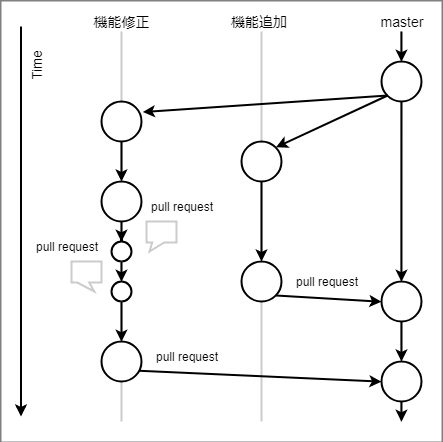
This is docs/.vuepress/public/assets/GitHub-Flow.png from tsuen4/Git-Learning-2019-flow, a draw.io export, as it was before one commit. Source tidied: cells renumbered, new cells last; positions are measured from the earlier drawing's top-left corner, leaving out a move shared by most shapes.
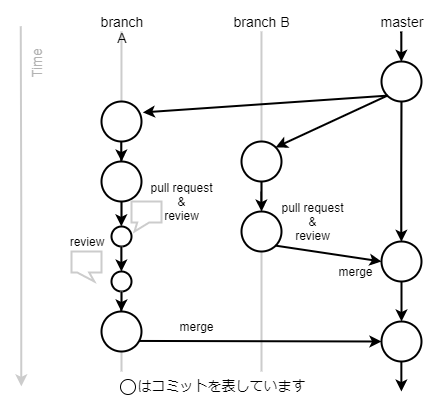
Later version of the same file.

Commit message:
画像を修正

The edit, as a diff of the source:
```diff
@@ -1,161 +1,167 @@
-<mxGraphModel background="#808080">
+<mxGraphModel>
   <root>
     <mxCell id="0" />
     <mxCell id="1" parent="0" />
-    <mxCell id="2" style="rounded=0;whiteSpace=wrap;html=1;strokeColor=none;strokeWidth=2;fontSize=14;" parent="1" vertex="1">
-      <mxGeometry x="5" width="440" height="440" as="geometry" />
+    <mxCell id="2" value="はコミットを表しています" style="rounded=0;whiteSpace=wrap;html=1;strokeColor=none;strokeWidth=2;fontSize=14;verticalAlign=bottom;spacingBottom=5;" parent="1" vertex="1">
+      <mxGeometry x="-134" y="21" width="440" height="400" as="geometry" />
     </mxCell>
-    <mxCell id="3" style="endArrow=none;html=1;strokeColor=#CCCCCC;entryX=0.5;entryY=1;entryDx=0;entryDy=0;strokeWidth=2;" parent="1" edge="1" target="24">
+    <mxCell id="3" style="endArrow=none;html=1;strokeColor=#CCCCCC;entryX=0.5;entryY=1;entryDx=0;entryDy=0;strokeWidth=2;" parent="1" edge="1" target="22">
       <mxGeometry relative="1" as="geometry">
-        <mxPoint x="265" y="420" as="sourcePoint" />
+        <mxPoint x="126" y="391" as="sourcePoint" />
       </mxGeometry>
     </mxCell>
-    <mxCell id="4" style="endArrow=none;html=1;strokeColor=#CCCCCC;entryX=0.5;entryY=1;entryDx=0;entryDy=0;strokeWidth=2;" parent="1" edge="1" source="31">
+    <mxCell id="4" style="endArrow=none;html=1;strokeColor=#CCCCCC;entryX=0.5;entryY=1;entryDx=0;entryDy=0;strokeWidth=2;" parent="1" edge="1" source="29">
       <mxGeometry relative="1" as="geometry">
-        <mxPoint x="125" y="29.9" as="targetPoint" />
+        <mxPoint x="-14" y="50.9" as="targetPoint" />
       </mxGeometry>
     </mxCell>
-    <mxCell id="5" style="endArrow=none;html=1;strokeColor=#CCCCCC;entryX=0.5;entryY=1;entryDx=0;entryDy=0;strokeWidth=2;" parent="1" edge="1" source="24">
+    <mxCell id="5" style="endArrow=none;html=1;strokeColor=#CCCCCC;entryX=0.5;entryY=1;entryDx=0;entryDy=0;strokeWidth=2;" parent="1" edge="1" source="22">
       <mxGeometry relative="1" as="geometry">
-        <mxPoint x="265" y="29.9" as="targetPoint" />
+        <mxPoint x="126" y="50.9" as="targetPoint" />
       </mxGeometry>
     </mxCell>
-    <mxCell id="6" style="endArrow=none;html=1;strokeColor=#CCCCCC;entryX=0.5;entryY=1;entryDx=0;entryDy=0;strokeWidth=2;" parent="1" edge="1">
+    <mxCell id="6" style="endArrow=none;html=1;strokeColor=#CCCCCC;entryX=0.5;entryY=1;entryDx=0;entryDy=0;strokeWidth=2;" parent="1" edge="1" source="45">
       <mxGeometry relative="1" as="geometry">
-        <mxPoint x="404.5" y="420" as="sourcePoint" />
-        <mxPoint x="404.5" y="29.9" as="targetPoint" />
+        <mxPoint x="265.5" y="50.9" as="targetPoint" />
       </mxGeometry>
     </mxCell>
-    <mxCell id="7" style="edgeStyle=orthogonalEdgeStyle;rounded=0;jettySize=auto;html=1;entryX=0.5;entryY=0;entryDx=0;entryDy=0;strokeColor=#000000;strokeWidth=2;" parent="1" edge="1" source="8" target="12">
+    <mxCell id="7" style="edgeStyle=orthogonalEdgeStyle;rounded=0;jettySize=auto;html=1;entryX=0.5;entryY=0;entryDx=0;entryDy=0;strokeColor=#000000;strokeWidth=2;" parent="1" edge="1" source="8" target="45">
       <mxGeometry relative="1" as="geometry" />
     </mxCell>
     <mxCell id="8" style="ellipse;whiteSpace=wrap;html=1;strokeWidth=2;" parent="1" vertex="1">
-      <mxGeometry x="385" y="60" width="40" height="40" as="geometry" />
+      <mxGeometry x="246" y="81" width="40" height="40" as="geometry" />
     </mxCell>
     <mxCell id="9" style="edgeStyle=orthogonalEdgeStyle;rounded=0;jettySize=auto;html=1;entryX=0.5;entryY=0;entryDx=0;entryDy=0;strokeWidth=2;" parent="1" edge="1" source="10" target="8">
       <mxGeometry relative="1" as="geometry" />
     </mxCell>
     <mxCell id="10" value="&lt;font style=&quot;font-size: 14px;&quot;&gt;master&lt;/font&gt;" style="text;html=1;strokeColor=none;fillColor=none;align=center;verticalAlign=middle;whiteSpace=wrap;rounded=0;fontSize=14;" parent="1" vertex="1">
-      <mxGeometry x="365" y="10" width="80" height="20" as="geometry" />
+      <mxGeometry x="226" y="31" width="80" height="20" as="geometry" />
     </mxCell>
-    <mxCell id="11" style="edgeStyle=orthogonalEdgeStyle;rounded=0;jettySize=auto;html=1;strokeColor=#000000;strokeWidth=2;" parent="1" edge="1" source="12" target="14">
+    <mxCell id="11" style="edgeStyle=orthogonalEdgeStyle;rounded=0;jettySize=auto;html=1;strokeColor=#000000;strokeWidth=2;" parent="1" edge="1" source="45" target="46">
       <mxGeometry relative="1" as="geometry" />
     </mxCell>
-    <mxCell id="12" style="ellipse;whiteSpace=wrap;html=1;strokeWidth=2;" parent="1" vertex="1">
-      <mxGeometry x="385" y="280" width="40" height="40" as="geometry" />
+    <mxCell id="12" style="edgeStyle=orthogonalEdgeStyle;rounded=0;jettySize=auto;html=1;strokeColor=#000000;strokeWidth=2;exitX=0.5;exitY=1;exitDx=0;exitDy=0;" parent="1" edge="1" source="46">
+      <mxGeometry relative="1" as="geometry">
+        <mxPoint x="265.9" y="411" as="targetPoint" />
+      </mxGeometry>
     </mxCell>
-    <mxCell id="13" style="edgeStyle=orthogonalEdgeStyle;rounded=0;jettySize=auto;html=1;strokeColor=#000000;strokeWidth=2;exitX=0.5;exitY=1;exitDx=0;exitDy=0;" parent="1" edge="1" source="14">
-      <mxGeometry relative="1" as="geometry">
-        <mxPoint x="405" y="420.2" as="targetPoint" />
-        <Array as="points">
-          <mxPoint x="405" y="420" />
-        </Array>
-      </mxGeometry>
+    <mxCell id="13" value="&lt;font style=&quot;font-size: 14px&quot;&gt;branch B&lt;br&gt;&lt;/font&gt;" style="text;html=1;strokeColor=none;fillColor=none;align=center;verticalAlign=middle;whiteSpace=wrap;rounded=0;fontSize=14;" parent="1" vertex="1">
+      <mxGeometry x="86" y="31" width="80" height="20" as="geometry" />
     </mxCell>
     <mxCell id="14" style="ellipse;whiteSpace=wrap;html=1;strokeWidth=2;" parent="1" vertex="1">
-      <mxGeometry x="385" y="360" width="40" height="40" as="geometry" />
+      <mxGeometry x="106" y="161" width="40" height="40" as="geometry" />
     </mxCell>
-    <mxCell id="15" value="&lt;font style=&quot;font-size: 14px;&quot;&gt;機能追加&amp;nbsp;&lt;/font&gt;" style="text;html=1;strokeColor=none;fillColor=none;align=center;verticalAlign=middle;whiteSpace=wrap;rounded=0;fontSize=14;" parent="1" vertex="1">
-      <mxGeometry x="225" y="10" width="80" height="20" as="geometry" />
+    <mxCell id="15" style="ellipse;whiteSpace=wrap;html=1;strokeWidth=2;" parent="1" vertex="1">
+      <mxGeometry x="-34" y="121" width="40" height="40" as="geometry" />
     </mxCell>
-    <mxCell id="16" style="ellipse;whiteSpace=wrap;html=1;strokeWidth=2;" parent="1" vertex="1">
-      <mxGeometry x="245" y="140" width="40" height="40" as="geometry" />
+    <mxCell id="16" value="&lt;span style=&quot;font-size: 14px&quot;&gt;branch A&lt;/span&gt;" style="text;html=1;strokeColor=none;fillColor=none;align=center;verticalAlign=middle;whiteSpace=wrap;rounded=0;fontSize=14;" parent="1" vertex="1">
+      <mxGeometry x="-54" y="31" width="80" height="20" as="geometry" />
     </mxCell>
-    <mxCell id="17" style="ellipse;whiteSpace=wrap;html=1;strokeWidth=2;" parent="1" vertex="1">
-      <mxGeometry x="105" y="100" width="40" height="40" as="geometry" />
+    <mxCell id="17" style="endArrow=classic;html=1;exitX=0;exitY=1;exitDx=0;exitDy=0;entryX=1;entryY=0;entryDx=0;entryDy=0;strokeWidth=2;" parent="1" edge="1" source="8" target="14">
+      <mxGeometry relative="1" as="geometry" />
     </mxCell>
-    <mxCell id="18" value="&lt;span style=&quot;font-size: 14px;&quot;&gt;機能修正&lt;/span&gt;" style="text;html=1;strokeColor=none;fillColor=none;align=center;verticalAlign=middle;whiteSpace=wrap;rounded=0;fontSize=14;" parent="1" vertex="1">
-      <mxGeometry x="85" y="10" width="80" height="20" as="geometry" />
+    <mxCell id="18" style="endArrow=classic;html=1;entryX=1.034;entryY=0.273;entryDx=0;entryDy=0;strokeWidth=2;entryPerimeter=0;exitX=0;exitY=1;exitDx=0;exitDy=0;" parent="1" edge="1" source="8" target="15">
+      <mxGeometry relative="1" as="geometry" />
     </mxCell>
-    <mxCell id="19" style="endArrow=classic;html=1;exitX=0;exitY=1;exitDx=0;exitDy=0;entryX=1;entryY=0;entryDx=0;entryDy=0;strokeWidth=2;" parent="1" edge="1" source="8" target="16">
-      <mxGeometry relative="1" as="geometry" />
+    <mxCell id="19" style="edgeStyle=orthogonalEdgeStyle;rounded=0;jettySize=auto;html=1;strokeWidth=2;" parent="1" edge="1" target="22">
+      <mxGeometry relative="1" as="geometry">
+        <mxPoint x="126" y="201" as="sourcePoint" />
+      </mxGeometry>
     </mxCell>
-    <mxCell id="20" style="endArrow=classic;html=1;entryX=1.034;entryY=0.273;entryDx=0;entryDy=0;strokeWidth=2;entryPerimeter=0;exitX=0;exitY=1;exitDx=0;exitDy=0;" parent="1" edge="1" source="8" target="17">
-      <mxGeometry relative="1" as="geometry" />
+    <mxCell id="20" style="edgeStyle=orthogonalEdgeStyle;rounded=0;jettySize=auto;html=1;strokeWidth=2;exitX=0.5;exitY=1;exitDx=0;exitDy=0;" parent="1" edge="1" source="26">
+      <mxGeometry relative="1" as="geometry">
+        <mxPoint x="-14.1" y="221.3" as="targetPoint" />
+      </mxGeometry>
     </mxCell>
-    <mxCell id="21" style="edgeStyle=orthogonalEdgeStyle;rounded=0;jettySize=auto;html=1;strokeWidth=2;" parent="1" edge="1" target="24">
-      <mxGeometry relative="1" as="geometry">
-        <mxPoint x="265" y="180" as="sourcePoint" />
-      </mxGeometry>
+    <mxCell id="21" style="edgeStyle=orthogonalEdgeStyle;rounded=0;jettySize=auto;html=1;strokeColor=#000000;strokeWidth=2;entryX=0.5;entryY=0;entryDx=0;entryDy=0;" parent="1" edge="1" source="26" target="29">
+      <mxGeometry relative="1" as="geometry" />
     </mxCell>
-    <mxCell id="22" style="edgeStyle=orthogonalEdgeStyle;rounded=0;jettySize=auto;html=1;strokeWidth=2;exitX=0.5;exitY=1;exitDx=0;exitDy=0;" parent="1" edge="1" source="28">
-      <mxGeometry relative="1" as="geometry">
-        <mxPoint x="125" y="200.2" as="targetPoint" />
-      </mxGeometry>
+    <mxCell id="22" style="ellipse;whiteSpace=wrap;html=1;strokeWidth=2;" parent="1" vertex="1">
+      <mxGeometry x="106" y="231" width="40" height="40" as="geometry" />
     </mxCell>
-    <mxCell id="23" style="edgeStyle=orthogonalEdgeStyle;rounded=0;jettySize=auto;html=1;strokeColor=#000000;strokeWidth=2;entryX=0.5;entryY=0;entryDx=0;entryDy=0;" parent="1" edge="1" source="28" target="31">
+    <mxCell id="23" style="endArrow=classic;html=1;exitX=1;exitY=1;exitDx=0;exitDy=0;entryX=0;entryY=0.5;entryDx=0;entryDy=0;strokeWidth=2;" parent="1" edge="1" source="22" target="45">
       <mxGeometry relative="1" as="geometry" />
     </mxCell>
-    <mxCell id="24" style="ellipse;whiteSpace=wrap;html=1;strokeWidth=2;" parent="1" vertex="1">
-      <mxGeometry x="245" y="260" width="40" height="40" as="geometry" />
+    <mxCell id="24" style="endArrow=classic;html=1;exitX=0.932;exitY=0.736;exitDx=0;exitDy=0;entryX=0;entryY=0.5;entryDx=0;entryDy=0;strokeWidth=2;exitPerimeter=0;" parent="1" edge="1" source="37" target="46">
+      <mxGeometry relative="1" as="geometry" />
     </mxCell>
-    <mxCell id="25" style="endArrow=classic;html=1;exitX=1;exitY=1;exitDx=0;exitDy=0;entryX=0;entryY=0.5;entryDx=0;entryDy=0;strokeWidth=2;" parent="1" edge="1" source="24" target="12">
-      <mxGeometry relative="1" as="geometry" />
+    <mxCell id="25" value="&lt;font style=&quot;font-size: 12px&quot;&gt;merge&lt;/font&gt;" style="text;html=1;strokeColor=none;fillColor=none;align=center;verticalAlign=middle;whiteSpace=wrap;rounded=0;" parent="1" vertex="1">
+      <mxGeometry x="26" y="331" width="70" height="30" as="geometry" />
     </mxCell>
-    <mxCell id="26" style="endArrow=classic;html=1;exitX=0.932;exitY=0.736;exitDx=0;exitDy=0;entryX=0;entryY=0.5;entryDx=0;entryDy=0;strokeWidth=2;exitPerimeter=0;" parent="1" edge="1" source="39" target="14">
-      <mxGeometry relative="1" as="geometry" />
+    <mxCell id="26" style="ellipse;whiteSpace=wrap;html=1;strokeWidth=2;" parent="1" vertex="1">
+      <mxGeometry x="-34" y="181" width="40" height="40" as="geometry" />
     </mxCell>
-    <mxCell id="27" value="&lt;font style=&quot;font-size: 12px&quot;&gt;pull request&lt;/font&gt;" style="text;html=1;strokeColor=none;fillColor=none;align=center;verticalAlign=middle;whiteSpace=wrap;rounded=0;" parent="1" vertex="1">
-      <mxGeometry x="155" y="340" width="70" height="30" as="geometry" />
+    <mxCell id="27" style="edgeStyle=orthogonalEdgeStyle;rounded=0;jettySize=auto;html=1;strokeWidth=2;exitX=0.5;exitY=1;exitDx=0;exitDy=0;" parent="1" edge="1" source="15" target="26">
+      <mxGeometry relative="1" as="geometry" />
     </mxCell>
-    <mxCell id="28" style="ellipse;whiteSpace=wrap;html=1;strokeWidth=2;" parent="1" vertex="1">
-      <mxGeometry x="105" y="180" width="40" height="40" as="geometry" />
+    <mxCell id="28" style="endArrow=none;html=1;strokeColor=#CCCCCC;entryX=0.5;entryY=1;entryDx=0;entryDy=0;strokeWidth=2;" parent="1" edge="1" target="37">
+      <mxGeometry relative="1" as="geometry">
+        <mxPoint x="-14" y="391" as="sourcePoint" />
+      </mxGeometry>
     </mxCell>
-    <mxCell id="29" style="edgeStyle=orthogonalEdgeStyle;rounded=0;jettySize=auto;html=1;strokeWidth=2;exitX=0.5;exitY=1;exitDx=0;exitDy=0;" parent="1" edge="1" source="17" target="28">
-      <mxGeometry relative="1" as="geometry" />
+    <mxCell id="29" style="ellipse;whiteSpace=wrap;html=1;strokeWidth=2;" parent="1" vertex="1">
+      <mxGeometry x="-24" y="246" width="20" height="20" as="geometry" />
     </mxCell>
-    <mxCell id="30" style="endArrow=none;html=1;strokeColor=#CCCCCC;entryX=0.5;entryY=1;entryDx=0;entryDy=0;strokeWidth=2;" parent="1" edge="1" target="39">
-      <mxGeometry relative="1" as="geometry">
-        <mxPoint x="125" y="420" as="sourcePoint" />
-      </mxGeometry>
+    <mxCell id="30" style="endArrow=none;html=1;strokeColor=#CCCCCC;entryX=0.5;entryY=1;entryDx=0;entryDy=0;strokeWidth=2;" parent="1" edge="1" source="31" target="29">
+      <mxGeometry relative="1" as="geometry" />
     </mxCell>
     <mxCell id="31" style="ellipse;whiteSpace=wrap;html=1;strokeWidth=2;" parent="1" vertex="1">
-      <mxGeometry x="115" y="240" width="20" height="20" as="geometry" />
+      <mxGeometry x="-24" y="291" width="20" height="20" as="geometry" />
     </mxCell>
-    <mxCell id="32" style="endArrow=none;html=1;strokeColor=#CCCCCC;entryX=0.5;entryY=1;entryDx=0;entryDy=0;strokeWidth=2;" parent="1" edge="1" source="33" target="31">
+    <mxCell id="32" style="endArrow=none;html=1;strokeColor=#CCCCCC;entryX=0.5;entryY=1;entryDx=0;entryDy=0;strokeWidth=2;" parent="1" edge="1" source="37" target="31">
       <mxGeometry relative="1" as="geometry" />
     </mxCell>
-    <mxCell id="33" style="ellipse;whiteSpace=wrap;html=1;strokeWidth=2;" parent="1" vertex="1">
-      <mxGeometry x="115" y="280" width="20" height="20" as="geometry" />
+    <mxCell id="33" style="edgeStyle=orthogonalEdgeStyle;rounded=0;jettySize=auto;html=1;strokeColor=#000000;strokeWidth=2;exitX=0.5;exitY=1;exitDx=0;exitDy=0;entryX=0.5;entryY=0;entryDx=0;entryDy=0;" parent="1" edge="1" source="29" target="31">
+      <mxGeometry relative="1" as="geometry" />
     </mxCell>
-    <mxCell id="34" style="endArrow=none;html=1;strokeColor=#CCCCCC;entryX=0.5;entryY=1;entryDx=0;entryDy=0;strokeWidth=2;" parent="1" edge="1" source="39" target="33">
-      <mxGeometry relative="1" as="geometry" />
+    <mxCell id="34" style="shape=callout;whiteSpace=wrap;html=1;perimeter=calloutPerimeter;strokeWidth=2;strokeColor=#CCCCCC;size=9;position=0.19;position2=0.76;base=12;" parent="1" vertex="1">
+      <mxGeometry x="-64" y="271" width="30" height="30" as="geometry" />
     </mxCell>
-    <mxCell id="35" style="edgeStyle=orthogonalEdgeStyle;rounded=0;jettySize=auto;html=1;strokeColor=#000000;strokeWidth=2;exitX=0.5;exitY=1;exitDx=0;exitDy=0;entryX=0.5;entryY=0;entryDx=0;entryDy=0;" parent="1" edge="1" source="31" target="33">
-      <mxGeometry relative="1" as="geometry" />
+    <mxCell id="35" style="shape=callout;whiteSpace=wrap;html=1;perimeter=calloutPerimeter;strokeWidth=2;strokeColor=#CCCCCC;size=9;position=0.19;position2=0.1;base=12;" parent="1" vertex="1">
+      <mxGeometry x="-4" y="221" width="30" height="30" as="geometry" />
     </mxCell>
-    <mxCell id="36" style="shape=callout;whiteSpace=wrap;html=1;perimeter=calloutPerimeter;strokeWidth=2;strokeColor=#CCCCCC;size=9;position=0.19;position2=0.76;base=12;" parent="1" vertex="1">
-      <mxGeometry x="75" y="260" width="30" height="30" as="geometry" />
+    <mxCell id="36" style="edgeStyle=orthogonalEdgeStyle;rounded=0;jettySize=auto;html=1;entryX=0.5;entryY=0;entryDx=0;entryDy=0;strokeColor=#000000;strokeWidth=2;" parent="1" edge="1" source="31" target="37">
+      <mxGeometry relative="1" as="geometry" />
     </mxCell>
-    <mxCell id="37" style="shape=callout;whiteSpace=wrap;html=1;perimeter=calloutPerimeter;strokeWidth=2;strokeColor=#CCCCCC;size=9;position=0.19;position2=0.1;base=12;" parent="1" vertex="1">
-      <mxGeometry x="150" y="220" width="30" height="30" as="geometry" />
+    <mxCell id="37" style="ellipse;whiteSpace=wrap;html=1;strokeWidth=2;" parent="1" vertex="1">
+      <mxGeometry x="-34" y="331" width="40" height="40" as="geometry" />
     </mxCell>
-    <mxCell id="38" style="edgeStyle=orthogonalEdgeStyle;rounded=0;jettySize=auto;html=1;entryX=0.5;entryY=0;entryDx=0;entryDy=0;strokeColor=#000000;strokeWidth=2;" parent="1" edge="1" source="33" target="39">
-      <mxGeometry relative="1" as="geometry" />
+    <mxCell id="38" value="&lt;font style=&quot;font-size: 12px&quot;&gt;pull request&lt;br&gt;&amp;amp;&lt;br&gt;review&lt;br&gt;&lt;/font&gt;" style="text;html=1;strokeColor=none;fillColor=none;align=center;verticalAlign=middle;whiteSpace=wrap;rounded=0;" parent="1" vertex="1">
+      <mxGeometry x="11" y="206" width="70" height="30" as="geometry" />
     </mxCell>
-    <mxCell id="39" style="ellipse;whiteSpace=wrap;html=1;strokeWidth=2;" parent="1" vertex="1">
-      <mxGeometry x="105" y="340" width="40" height="40" as="geometry" />
+    <mxCell id="39" value="&lt;font style=&quot;font-size: 12px&quot;&gt;review&lt;/font&gt;" style="text;html=1;strokeColor=none;fillColor=none;align=center;verticalAlign=middle;whiteSpace=wrap;rounded=0;" parent="1" vertex="1">
+      <mxGeometry x="-84" y="246" width="70" height="30" as="geometry" />
     </mxCell>
-    <mxCell id="40" value="&lt;font style=&quot;font-size: 12px&quot;&gt;pull request&lt;/font&gt;" style="text;html=1;strokeColor=none;fillColor=none;align=center;verticalAlign=middle;whiteSpace=wrap;rounded=0;" parent="1" vertex="1">
-      <mxGeometry x="150" y="190" width="70" height="30" as="geometry" />
+    <mxCell id="40" value="&lt;font style=&quot;font-size: 12px&quot;&gt;pull request&lt;br&gt;&amp;amp;&lt;br&gt;review&lt;br&gt;&lt;/font&gt;" style="text;html=1;strokeColor=none;fillColor=none;align=center;verticalAlign=middle;whiteSpace=wrap;rounded=0;" parent="1" vertex="1">
+      <mxGeometry x="142" y="226" width="70" height="30" as="geometry" />
     </mxCell>
-    <mxCell id="41" value="&lt;font style=&quot;font-size: 12px&quot;&gt;pull request&lt;/font&gt;" style="text;html=1;strokeColor=none;fillColor=none;align=center;verticalAlign=middle;whiteSpace=wrap;rounded=0;" parent="1" vertex="1">
-      <mxGeometry x="35" y="230" width="70" height="30" as="geometry" />
+    <mxCell id="41" style="group;" parent="1" vertex="1">
+      <mxGeometry x="-124" y="46" width="80" height="365" as="geometry" />
     </mxCell>
-    <mxCell id="42" value="&lt;font style=&quot;font-size: 12px&quot;&gt;pull request&lt;/font&gt;" style="text;html=1;strokeColor=none;fillColor=none;align=center;verticalAlign=middle;whiteSpace=wrap;rounded=0;" parent="1" vertex="1">
-      <mxGeometry x="295" y="265" width="70" height="30" as="geometry" />
+    <mxCell id="42" style="edgeStyle=orthogonalEdgeStyle;rounded=0;orthogonalLoop=1;jettySize=auto;html=1;strokeColor=#CCCCCC;strokeWidth=2;" parent="41" edge="1">
+      <mxGeometry relative="1" as="geometry">
+        <mxPoint x="9.5" as="sourcePoint" />
+        <mxPoint x="10" y="360" as="targetPoint" />
+        <Array as="points">
+          <mxPoint x="9" y="180" />
+          <mxPoint x="10" y="180" />
+        </Array>
+      </mxGeometry>
     </mxCell>
-    <mxCell id="43" style="group;" parent="1" vertex="1">
-      <mxGeometry x="15" y="25" width="80" height="390" as="geometry" />
+    <mxCell id="43" value="&lt;span style=&quot;font-size: 14px&quot;&gt;Time&lt;br&gt;&lt;/span&gt;" style="text;html=1;strokeColor=none;fillColor=none;align=center;verticalAlign=middle;whiteSpace=wrap;rounded=0;fontSize=14;rotation=-90;fontColor=#B3B3B3;" parent="41" vertex="1">
+      <mxGeometry x="-15" y="28.1" width="80" height="18.7" as="geometry" />
     </mxCell>
-    <mxCell id="44" style="edgeStyle=orthogonalEdgeStyle;rounded=0;orthogonalLoop=1;jettySize=auto;html=1;strokeColor=#000000;strokeWidth=2;" parent="43" edge="1">
-      <mxGeometry relative="1" as="geometry">
-        <mxPoint x="9.5" as="sourcePoint" />
-        <mxPoint x="9.5" y="390" as="targetPoint" />
-      </mxGeometry>
+    <mxCell id="44" style="ellipse;whiteSpace=wrap;html=1;strokeWidth=1;" parent="1" vertex="1">
+      <mxGeometry x="-15" y="399" width="15" height="15" as="geometry" />
     </mxCell>
-    <mxCell id="45" value="&lt;span style=&quot;font-size: 14px&quot;&gt;Time&lt;br&gt;&lt;/span&gt;" style="text;html=1;strokeColor=none;fillColor=none;align=center;verticalAlign=middle;whiteSpace=wrap;rounded=0;fontSize=14;rotation=-90;" parent="43" vertex="1">
-      <mxGeometry x="-15" y="30" width="80" height="20" as="geometry" />
+    <mxCell id="45" style="ellipse;whiteSpace=wrap;html=1;strokeWidth=2;" parent="1" vertex="1">
+      <mxGeometry x="246" y="261" width="40" height="40" as="geometry" />
     </mxCell>
+    <mxCell id="46" style="ellipse;whiteSpace=wrap;html=1;strokeWidth=2;" parent="1" vertex="1">
+      <mxGeometry x="246" y="341" width="40" height="40" as="geometry" />
+    </mxCell>
+    <mxCell id="47" value="&lt;font style=&quot;font-size: 12px&quot;&gt;merge&lt;br&gt;&lt;/font&gt;" style="text;html=1;strokeColor=none;fillColor=none;align=center;verticalAlign=middle;whiteSpace=wrap;rounded=0;" parent="1" vertex="1">
+      <mxGeometry x="185" y="276" width="70" height="30" as="geometry" />
+    </mxCell>
   </root>
 </mxGraphModel>
```
